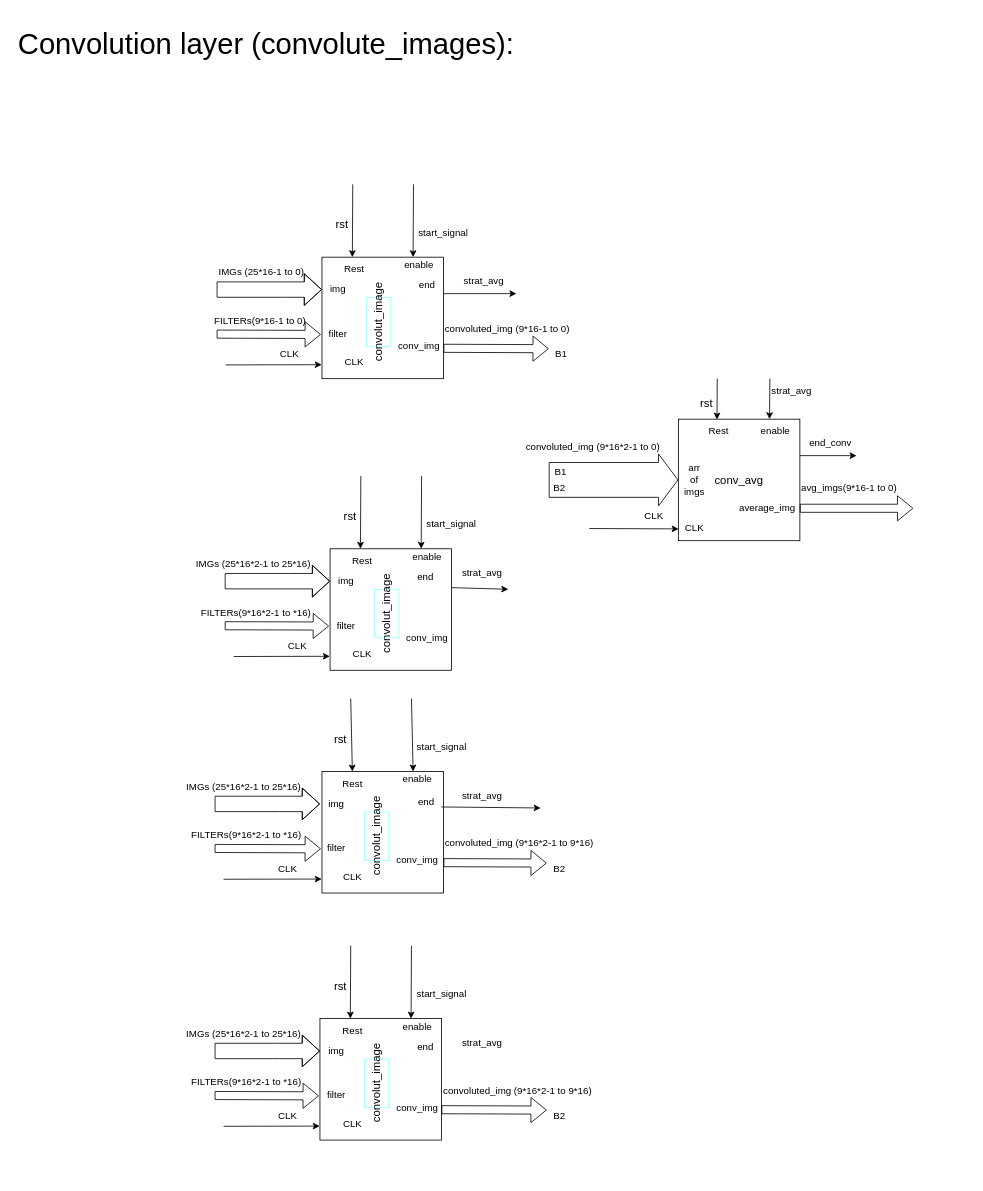
This is design/Untitled Diagram.drawio from abdallahabusedo/DCNN, a draw.io file, before an edit. Source tidied: cells renumbered, new cells numbered last; positions are measured from the earlier drawing's top-left corner, leaving out a move shared by most shapes. Both pictures are drawn from the tidied source at 81%, with x=0, y=0 at pixel (14, 22).
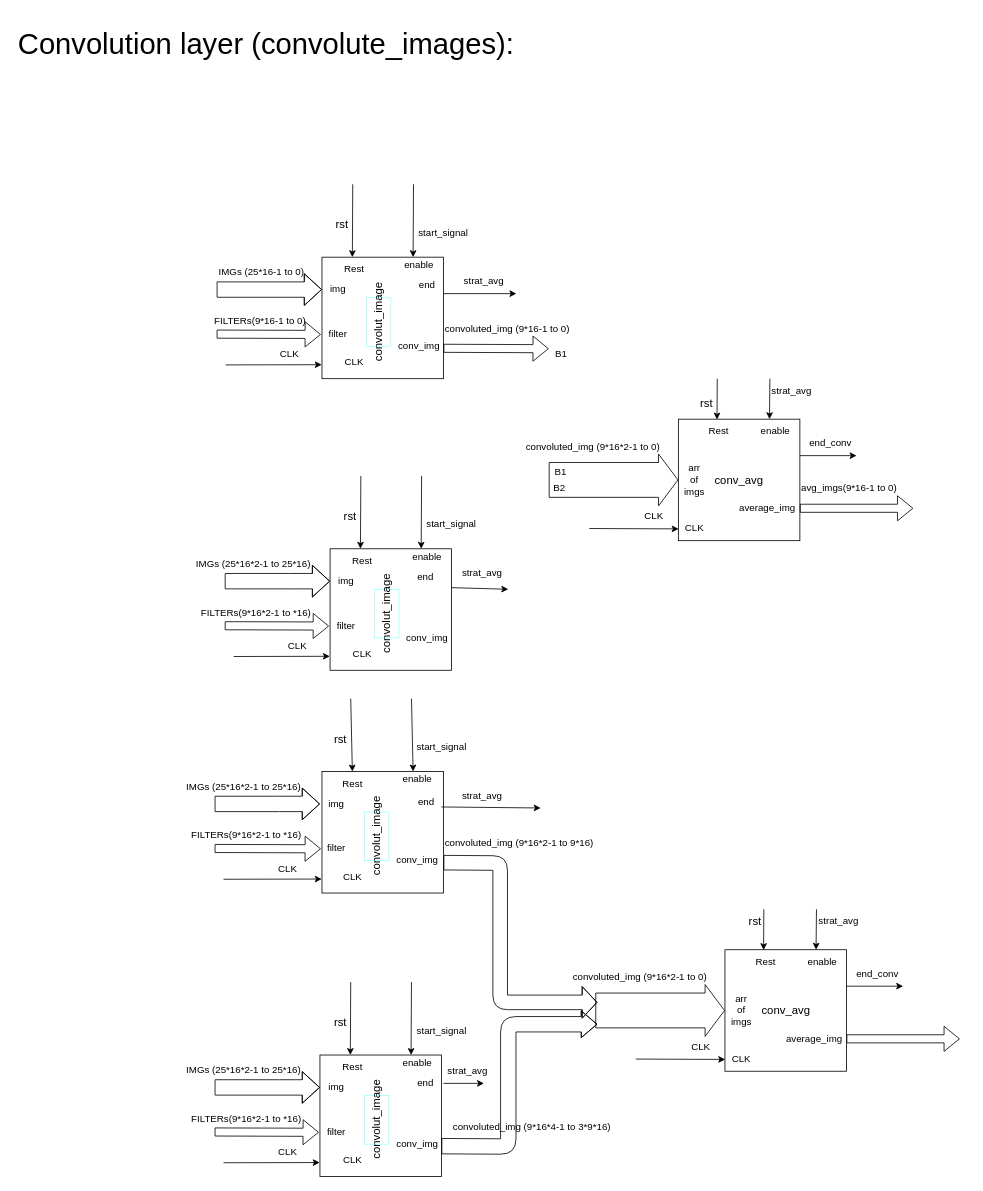
The same page after the edit.

Commit message (it also covers changes not shown here):
Update convolute_images design

Unchanged cells that the change refers to:
```xml
<mxCell id="76" style="whiteSpace=wrap;html=1;fillColor=#FFFFFF;" parent="1" vertex="1">
  <mxGeometry x="380" y="925" width="150" height="150" as="geometry" />
</mxCell>
```

What changed in the source:
```diff
@@
     <mxCell id="46" value="avg_imgs&lt;span&gt;(9*16-1 to 0)&amp;nbsp;&lt;/span&gt;" style="text;html=1;strokeColor=none;fillColor=none;align=left;verticalAlign=middle;whiteSpace=wrap;rounded=0;" parent="1" vertex="1">
-      <mxGeometry x="970" y="565" width="210" height="20" as="geometry" />
+      <mxGeometry x="970" y="565" width="130" height="20" as="geometry" />
     </mxCell>
@@
     <mxCell id="53" style="whiteSpace=wrap;html=1;fillColor=#FFFFFF;" parent="1" vertex="1">
-      <mxGeometry x="377.5" y="1230" width="150" height="150" as="geometry" />
+      <mxGeometry x="377.5" y="1275" width="150" height="150" as="geometry" />
     </mxCell>
     <mxCell id="54" value="&lt;font style=&quot;font-size: 14px&quot;&gt;convolut_image&lt;/font&gt;" style="text;html=1;strokeColor=#99FFFF;fillColor=none;align=center;verticalAlign=middle;whiteSpace=wrap;rounded=0;rotation=-90;" parent="1" vertex="1">
-      <mxGeometry x="417.5" y="1295" width="60" height="30" as="geometry" />
+      <mxGeometry x="417.5" y="1340" width="60" height="30" as="geometry" />
     </mxCell>
     <mxCell id="55" value="strat_avg" style="text;html=1;strokeColor=none;fillColor=none;align=center;verticalAlign=middle;whiteSpace=wrap;rounded=0;" parent="1" vertex="1">
-      <mxGeometry x="547.5" y="1245" width="60" height="30" as="geometry" />
+      <mxGeometry x="530" y="1280" width="60" height="30" as="geometry" />
     </mxCell>
     <mxCell id="56" style="endArrow=classic;html=1;entryX=0.75;entryY=0;entryDx=0;entryDy=0;" parent="1" edge="1" target="53">
       <mxGeometry relative="1" as="geometry">
-        <mxPoint x="490.5" y="1140" as="sourcePoint" />
+        <mxPoint x="490.5" y="1185" as="sourcePoint" />
       </mxGeometry>
     </mxCell>
     <mxCell id="57" value="&lt;font style=&quot;font-size: 14px&quot;&gt;rst&lt;/font&gt;" style="text;html=1;strokeColor=none;fillColor=none;align=center;verticalAlign=middle;whiteSpace=wrap;rounded=0;" parent="1" vertex="1">
-      <mxGeometry x="377.5" y="1180" width="50" height="20" as="geometry" />
+      <mxGeometry x="377.5" y="1225" width="50" height="20" as="geometry" />
     </mxCell>
     <mxCell id="58" value="start_signal" style="text;html=1;strokeColor=none;fillColor=none;align=center;verticalAlign=middle;whiteSpace=wrap;rounded=0;" parent="1" vertex="1">
-      <mxGeometry x="507.5" y="1190" width="40" height="20" as="geometry" />
+      <mxGeometry x="507.5" y="1235" width="40" height="20" as="geometry" />
     </mxCell>
     <mxCell id="59" value="enable" style="text;html=1;strokeColor=none;fillColor=none;align=center;verticalAlign=middle;whiteSpace=wrap;rounded=0;" parent="1" vertex="1">
-      <mxGeometry x="477.5" y="1230" width="40" height="20" as="geometry" />
+      <mxGeometry x="477.5" y="1275" width="40" height="20" as="geometry" />
     </mxCell>
     <mxCell id="60" value="Rest" style="text;html=1;strokeColor=none;fillColor=none;align=center;verticalAlign=middle;whiteSpace=wrap;rounded=0;" parent="1" vertex="1">
-      <mxGeometry x="397.5" y="1235" width="40" height="20" as="geometry" />
+      <mxGeometry x="397.5" y="1280" width="40" height="20" as="geometry" />
     </mxCell>
     <mxCell id="61" style="endArrow=classic;html=1;entryX=-0.002;entryY=0.885;entryDx=0;entryDy=0;entryPerimeter=0;" parent="1" edge="1" target="53">
       <mxGeometry relative="1" as="geometry">
-        <mxPoint x="258.5" y="1363" as="sourcePoint" />
+        <mxPoint x="258.5" y="1408" as="sourcePoint" />
       </mxGeometry>
     </mxCell>
     <mxCell id="62" value="CLK" style="text;html=1;strokeColor=none;fillColor=none;align=center;verticalAlign=middle;whiteSpace=wrap;rounded=0;" parent="1" vertex="1">
-      <mxGeometry x="317.5" y="1340" width="40" height="20" as="geometry" />
+      <mxGeometry x="317.5" y="1385" width="40" height="20" as="geometry" />
     </mxCell>
     <mxCell id="63" value="CLK" style="text;html=1;strokeColor=none;fillColor=none;align=center;verticalAlign=middle;whiteSpace=wrap;rounded=0;" parent="1" vertex="1">
-      <mxGeometry x="397.5" y="1350" width="40" height="20" as="geometry" />
+      <mxGeometry x="397.5" y="1395" width="40" height="20" as="geometry" />
     </mxCell>
     <mxCell id="64" style="shape=flexArrow;endArrow=classic;html=1;entryX=-0.009;entryY=0.636;entryDx=0;entryDy=0;entryPerimeter=0;" parent="1" edge="1" target="53">
       <mxGeometry relative="1" as="geometry">
-        <mxPoint x="247.5" y="1325" as="sourcePoint" />
+        <mxPoint x="247.5" y="1370" as="sourcePoint" />
       </mxGeometry>
     </mxCell>
     <mxCell id="65" style="shape=flexArrow;endArrow=classic;html=1;entryX=0;entryY=0.5;entryDx=0;entryDy=0;endWidth=19;endSize=6.78;width=19;" parent="1" edge="1" target="70">
       <mxGeometry relative="1" as="geometry">
-        <mxPoint x="247.5" y="1270" as="sourcePoint" />
+        <mxPoint x="247.5" y="1315" as="sourcePoint" />
         <Array as="points">
-          <mxPoint x="327.5" y="1270" />
+          <mxPoint x="327.5" y="1315" />
         </Array>
       </mxGeometry>
     </mxCell>
     <mxCell id="66" value="&lt;h1 style=&quot;text-align: left&quot;&gt;&lt;span style=&quot;font-weight: normal&quot;&gt;&lt;font style=&quot;font-size: 12px&quot;&gt;IMGs (25*16*2-1 to&amp;nbsp;&lt;/font&gt;&lt;/span&gt;&lt;span style=&quot;font-weight: normal&quot;&gt;&lt;font style=&quot;font-size: 12px&quot;&gt;25*16)&lt;/font&gt;&lt;/span&gt;&lt;/h1&gt;" style="text;html=1;align=center;verticalAlign=middle;strokeColor=none;" parent="1" vertex="1">
-      <mxGeometry x="202.5" y="1215" width="160" height="60" as="geometry" />
+      <mxGeometry x="202.5" y="1260" width="160" height="60" as="geometry" />
     </mxCell>
     <mxCell id="67" value="&lt;h1 style=&quot;text-align: left&quot;&gt;&lt;span style=&quot;font-weight: normal&quot;&gt;&lt;font style=&quot;font-size: 12px&quot;&gt;FILTERs(9*16*2-1 to *16)&amp;nbsp;&lt;/font&gt;&lt;/span&gt;&lt;/h1&gt;" style="text;html=1;align=center;verticalAlign=middle;strokeColor=none;" parent="1" vertex="1">
-      <mxGeometry x="212.5" y="1275" width="150" height="60" as="geometry" />
+      <mxGeometry x="212.5" y="1320" width="150" height="60" as="geometry" />
     </mxCell>
-    <mxCell id="68" value="&lt;h1&gt;&lt;span style=&quot;font-weight: normal&quot;&gt;&lt;font style=&quot;font-size: 12px&quot;&gt;convoluted_img&amp;nbsp;&lt;/font&gt;&lt;/span&gt;&lt;span style=&quot;font-weight: normal&quot;&gt;&lt;font style=&quot;font-size: 12px&quot;&gt;(9*16*2-1 to 9*16)&amp;nbsp;&lt;/font&gt;&lt;/span&gt;&lt;/h1&gt;" style="text;html=1;strokeColor=none;fillColor=none;align=left;verticalAlign=middle;whiteSpace=wrap;rounded=0;" parent="1" vertex="1">
-      <mxGeometry x="527.5" y="1305" width="210" height="20" as="geometry" />
+    <mxCell id="68" value="&lt;h1&gt;&lt;span style=&quot;font-weight: normal&quot;&gt;&lt;font style=&quot;font-size: 12px&quot;&gt;convoluted_img&amp;nbsp;&lt;/font&gt;&lt;/span&gt;&lt;span style=&quot;font-weight: normal&quot;&gt;&lt;font style=&quot;font-size: 12px&quot;&gt;(9*16*4-1 to 3*9*16)&amp;nbsp;&lt;/font&gt;&lt;/span&gt;&lt;/h1&gt;" style="text;html=1;strokeColor=none;fillColor=none;align=left;verticalAlign=middle;whiteSpace=wrap;rounded=0;" parent="1" vertex="1">
+      <mxGeometry x="540" y="1350" width="210" height="20" as="geometry" />
     </mxCell>
-    <mxCell id="69" value="B2" style="text;html=1;align=center;verticalAlign=middle;strokeColor=none;" parent="1" vertex="1">
-      <mxGeometry x="657.5" y="1340" width="30" height="20" as="geometry" />
-    </mxCell>
     <mxCell id="70" value="img" style="text;html=1;strokeColor=none;fillColor=none;align=center;verticalAlign=middle;whiteSpace=wrap;rounded=0;" parent="1" vertex="1">
-      <mxGeometry x="377.5" y="1260" width="40" height="20" as="geometry" />
+      <mxGeometry x="377.5" y="1305" width="40" height="20" as="geometry" />
     </mxCell>
     <mxCell id="71" value="filter" style="text;html=1;strokeColor=none;fillColor=none;align=center;verticalAlign=middle;whiteSpace=wrap;rounded=0;" parent="1" vertex="1">
-      <mxGeometry x="377.5" y="1315" width="40" height="20" as="geometry" />
+      <mxGeometry x="377.5" y="1360" width="40" height="20" as="geometry" />
     </mxCell>
     <mxCell id="72" value="conv_img" style="text;html=1;strokeColor=none;fillColor=none;align=center;verticalAlign=middle;whiteSpace=wrap;rounded=0;" parent="1" vertex="1">
-      <mxGeometry x="477.5" y="1330" width="40" height="20" as="geometry" />
+      <mxGeometry x="477.5" y="1375" width="40" height="20" as="geometry" />
     </mxCell>
-    <mxCell id="73" style="shape=flexArrow;endArrow=classic;html=1;exitX=1;exitY=0.75;exitDx=0;exitDy=0;" parent="1" edge="1" source="53">
+    <mxCell id="73" style="shape=flexArrow;endArrow=classic;html=1;exitX=1;exitY=0.75;exitDx=0;exitDy=0;endWidth=13;endSize=6.13;width=19;" parent="1" edge="1" source="53">
       <mxGeometry relative="1" as="geometry">
-        <mxPoint x="657.5" y="1343" as="targetPoint" />
+        <mxPoint x="720" y="1237" as="targetPoint" />
+        <Array as="points">
+          <mxPoint x="610" y="1388" />
+          <mxPoint x="610" y="1237" />
+        </Array>
       </mxGeometry>
     </mxCell>
     <mxCell id="74" style="endArrow=classic;html=1;entryX=0.25;entryY=0;entryDx=0;entryDy=0;" parent="1" edge="1" target="53">
       <mxGeometry relative="1" as="geometry">
-        <mxPoint x="415.5" y="1140" as="sourcePoint" />
+        <mxPoint x="415.5" y="1185" as="sourcePoint" />
       </mxGeometry>
     </mxCell>
     <mxCell id="75" value="end" style="text;html=1;strokeColor=none;fillColor=none;align=center;verticalAlign=middle;whiteSpace=wrap;rounded=0;" parent="1" vertex="1">
-      <mxGeometry x="487.5" y="1255" width="40" height="20" as="geometry" />
+      <mxGeometry x="487.5" y="1300" width="40" height="20" as="geometry" />
     </mxCell>
@@
-    <mxCell id="92" value="B2" style="text;html=1;align=center;verticalAlign=middle;strokeColor=none;" parent="1" vertex="1">
-      <mxGeometry x="657.5" y="1035" width="30" height="20" as="geometry" />
-    </mxCell>
@@
-    <mxCell id="96" style="shape=flexArrow;endArrow=classic;html=1;exitX=1;exitY=0.75;exitDx=0;exitDy=0;" parent="1" edge="1" source="76">
+    <mxCell id="96" style="shape=flexArrow;endArrow=classic;html=1;exitX=1;exitY=0.75;exitDx=0;exitDy=0;width=18;endSize=5.75;" parent="1" edge="1" source="76">
       <mxGeometry relative="1" as="geometry">
-        <mxPoint x="657.5" y="1038" as="targetPoint" />
+        <mxPoint x="720" y="1210" as="targetPoint" />
+        <Array as="points">
+          <mxPoint x="600" y="1038" />
+          <mxPoint x="600" y="1210" />
+        </Array>
       </mxGeometry>
     </mxCell>
@@
+    <mxCell id="115" value="&lt;span style=&quot;font-size: 14px&quot;&gt;conv_avg&lt;/span&gt;" style="whiteSpace=wrap;html=1;" parent="1" vertex="1">
+      <mxGeometry x="877.5" y="1145" width="150" height="150" as="geometry" />
+    </mxCell>
+    <mxCell id="116" style="endArrow=classic;html=1;entryX=0.318;entryY=0.003;entryDx=0;entryDy=0;entryPerimeter=0;" parent="1" edge="1" target="115">
+      <mxGeometry relative="1" as="geometry">
+        <mxPoint x="925.5" y="1095" as="sourcePoint" />
+      </mxGeometry>
+    </mxCell>
+    <mxCell id="117" value="&lt;font style=&quot;font-size: 14px&quot;&gt;rst&lt;/font&gt;" style="text;html=1;strokeColor=none;fillColor=none;align=center;verticalAlign=middle;whiteSpace=wrap;rounded=0;" parent="1" vertex="1">
+      <mxGeometry x="890" y="1100" width="50" height="20" as="geometry" />
+    </mxCell>
+    <mxCell id="118" value="enable" style="text;html=1;strokeColor=none;fillColor=none;align=center;verticalAlign=middle;whiteSpace=wrap;rounded=0;" parent="1" vertex="1">
+      <mxGeometry x="977.5" y="1150" width="40" height="20" as="geometry" />
+    </mxCell>
+    <mxCell id="119" value="Rest" style="text;html=1;strokeColor=none;fillColor=none;align=center;verticalAlign=middle;whiteSpace=wrap;rounded=0;" parent="1" vertex="1">
+      <mxGeometry x="907.5" y="1150" width="40" height="20" as="geometry" />
+    </mxCell>
+    <mxCell id="120" style="shape=flexArrow;endArrow=classic;html=1;" parent="1" edge="1">
+      <mxGeometry relative="1" as="geometry">
+        <mxPoint x="1027.5" y="1255" as="sourcePoint" />
+        <mxPoint x="1167.5" y="1255" as="targetPoint" />
+      </mxGeometry>
+    </mxCell>
+    <mxCell id="121" style="endArrow=classic;html=1;entryX=0.75;entryY=0;entryDx=0;entryDy=0;" parent="1" edge="1" target="115">
+      <mxGeometry relative="1" as="geometry">
+        <mxPoint x="990.5" y="1095" as="sourcePoint" />
+      </mxGeometry>
+    </mxCell>
+    <mxCell id="122" value="strat_avg" style="text;html=1;strokeColor=none;fillColor=none;align=center;verticalAlign=middle;whiteSpace=wrap;rounded=0;" parent="1" vertex="1">
+      <mxGeometry x="987.5" y="1095" width="60" height="30" as="geometry" />
+    </mxCell>
+    <mxCell id="123" style="shape=flexArrow;endArrow=classic;html=1;entryX=0;entryY=0.5;entryDx=0;entryDy=0;width=43;endSize=7.67;" parent="1" edge="1" target="115">
+      <mxGeometry relative="1" as="geometry">
+        <mxPoint x="717.5" y="1220" as="sourcePoint" />
+      </mxGeometry>
+    </mxCell>
+    <mxCell id="124" value="&lt;h1&gt;&lt;span style=&quot;font-weight: normal&quot;&gt;&lt;font style=&quot;font-size: 12px&quot;&gt;convoluted_img&amp;nbsp;&lt;/font&gt;&lt;/span&gt;&lt;span style=&quot;font-weight: normal&quot;&gt;&lt;font style=&quot;font-size: 12px&quot;&gt;(9*16*2-1 to 0)&amp;nbsp;&lt;/font&gt;&lt;/span&gt;&lt;/h1&gt;" style="text;html=1;strokeColor=none;fillColor=none;align=left;verticalAlign=middle;whiteSpace=wrap;rounded=0;" parent="1" vertex="1">
+      <mxGeometry x="687.5" y="1165" width="180" height="20" as="geometry" />
+    </mxCell>
+    <mxCell id="125" value="CLK" style="text;html=1;strokeColor=none;fillColor=none;align=center;verticalAlign=middle;whiteSpace=wrap;rounded=0;" parent="1" vertex="1">
+      <mxGeometry x="827.5" y="1255" width="40" height="20" as="geometry" />
+    </mxCell>
+    <mxCell id="126" style="endArrow=classic;html=1;entryX=0.002;entryY=0.903;entryDx=0;entryDy=0;entryPerimeter=0;" parent="1" edge="1" target="115">
+      <mxGeometry relative="1" as="geometry">
+        <mxPoint x="767.5" y="1280" as="sourcePoint" />
+      </mxGeometry>
+    </mxCell>
+    <mxCell id="127" value="CLK" style="text;html=1;strokeColor=none;fillColor=none;align=center;verticalAlign=middle;whiteSpace=wrap;rounded=0;" parent="1" vertex="1">
+      <mxGeometry x="877.5" y="1270" width="40" height="20" as="geometry" />
+    </mxCell>
+    <mxCell id="128" value="arr&lt;br&gt;of&lt;br&gt;imgs" style="text;html=1;strokeColor=none;fillColor=none;align=center;verticalAlign=middle;whiteSpace=wrap;rounded=0;" parent="1" vertex="1">
+      <mxGeometry x="882.5" y="1200" width="30" height="40" as="geometry" />
+    </mxCell>
+    <mxCell id="129" value="average_img" style="text;html=1;strokeColor=none;fillColor=none;align=center;verticalAlign=middle;whiteSpace=wrap;rounded=0;" parent="1" vertex="1">
+      <mxGeometry x="967.5" y="1245" width="40" height="20" as="geometry" />
+    </mxCell>
+    <mxCell id="130" style="endArrow=classic;html=1;" parent="1" edge="1">
+      <mxGeometry relative="1" as="geometry">
+        <mxPoint x="1027.5" y="1190" as="sourcePoint" />
+        <mxPoint x="1097.5" y="1190" as="targetPoint" />
+      </mxGeometry>
+    </mxCell>
+    <mxCell id="131" value="end_conv" style="text;html=1;strokeColor=none;fillColor=none;align=left;verticalAlign=middle;whiteSpace=wrap;rounded=0;" parent="1" vertex="1">
+      <mxGeometry x="1037.5" y="1165" width="40" height="20" as="geometry" />
+    </mxCell>
+    <mxCell id="132" style="endArrow=classic;html=1;exitX=0;exitY=1;exitDx=0;exitDy=0;" parent="1" edge="1" source="55">
+      <mxGeometry relative="1" as="geometry">
+        <mxPoint x="580" y="1310" as="targetPoint" />
+      </mxGeometry>
+    </mxCell>
```
